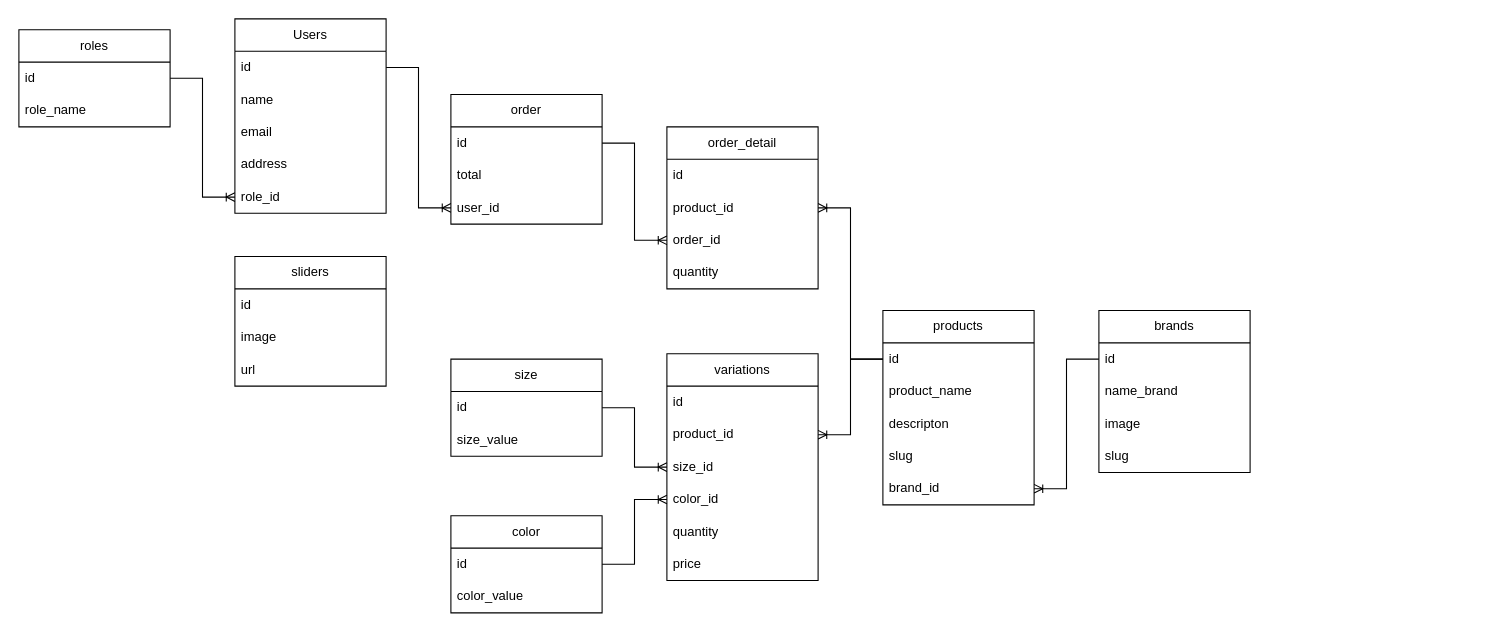
Duong8888/sneaker-shop keeps this draw.io diagram as db.drawio. Above is the earlier version. Source tidied: cells renumbered, new cells numbered last; positions are measured from the earlier drawing's top-left corner, leaving out a move shared by most shapes. Both pictures are drawn from the tidied source at 108%, with x=0, y=0 at pixel (18, 18).
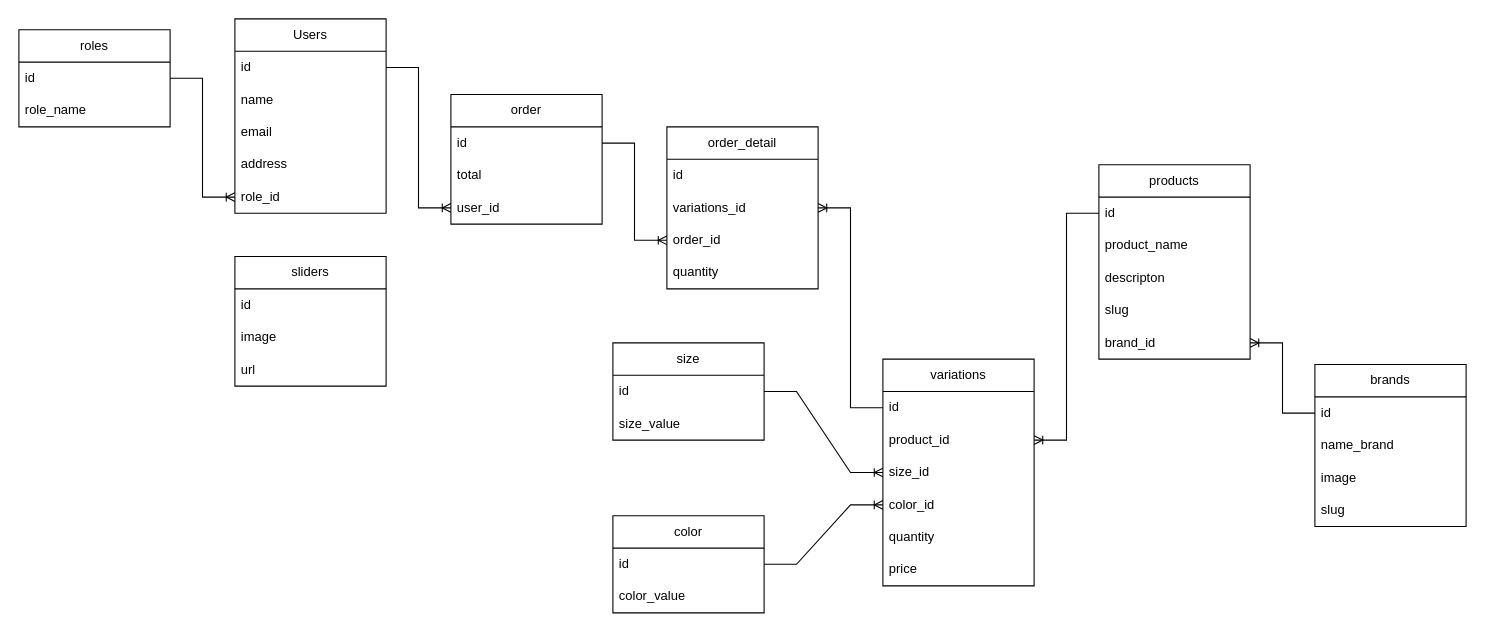
Above is the later version.

Unchanged cells that the change refers to:
```xml
<mxCell id="9" value="id" style="text;strokeColor=none;fillColor=none;align=left;verticalAlign=middle;spacingLeft=4;spacingRight=4;overflow=hidden;points=[[0,0.5],[1,0.5]];portConstraint=eastwest;whiteSpace=wrap;html=1;shadow=0;sketch=0;" parent="8" vertex="1">
  <mxGeometry y="30" width="140" height="30" as="geometry" />
</mxCell>
<mxCell id="18" value="order_detail" style="swimlane;fontStyle=0;horizontal=1;startSize=30;whiteSpace=wrap;html=1;shadow=0;sketch=0;" parent="1" vertex="1">
  <mxGeometry x="600" y="100" width="140" height="150" as="geometry" />
</mxCell>
<mxCell id="35" value="id" style="text;strokeColor=none;fillColor=none;align=left;verticalAlign=middle;spacingLeft=4;spacingRight=4;overflow=hidden;points=[[0,0.5],[1,0.5]];portConstraint=eastwest;whiteSpace=wrap;html=1;shadow=0;sketch=0;" parent="34" vertex="1">
  <mxGeometry y="30" width="140" height="30" as="geometry" />
</mxCell>
```

Diff of the diagram source:
```diff
@@
     <mxCell id="8" value="products" style="swimlane;fontStyle=0;horizontal=1;startSize=30;whiteSpace=wrap;html=1;shadow=0;sketch=0;" parent="1" vertex="1">
-      <mxGeometry x="800" y="270" width="140" height="180" as="geometry" />
+      <mxGeometry x="1000" y="135" width="140" height="180" as="geometry" />
     </mxCell>
@@
-    <mxCell id="20" value="product_id" style="text;strokeColor=none;fillColor=none;align=left;verticalAlign=middle;spacingLeft=4;spacingRight=4;overflow=hidden;points=[[0,0.5],[1,0.5]];portConstraint=eastwest;whiteSpace=wrap;html=1;shadow=0;sketch=0;" parent="18" vertex="1">
+    <mxCell id="20" value="variations_id" style="text;strokeColor=none;fillColor=none;align=left;verticalAlign=middle;spacingLeft=4;spacingRight=4;overflow=hidden;points=[[0,0.5],[1,0.5]];portConstraint=eastwest;whiteSpace=wrap;html=1;shadow=0;sketch=0;" parent="18" vertex="1">
       <mxGeometry y="60" width="140" height="30" as="geometry" />
     </mxCell>
@@
     <mxCell id="23" value="brands" style="swimlane;fontStyle=0;horizontal=1;startSize=30;whiteSpace=wrap;html=1;shadow=0;sketch=0;" parent="1" vertex="1">
-      <mxGeometry x="1000" y="270" width="140" height="150" as="geometry" />
+      <mxGeometry x="1200" y="320" width="140" height="150" as="geometry" />
     </mxCell>
@@
     <mxCell id="28" value="color" style="swimlane;fontStyle=0;horizontal=1;startSize=30;whiteSpace=wrap;html=1;shadow=0;sketch=0;" parent="1" vertex="1">
-      <mxGeometry x="400" y="460" width="140" height="90" as="geometry" />
+      <mxGeometry x="550" y="460" width="140" height="90" as="geometry" />
     </mxCell>
@@
     <mxCell id="31" value="size" style="swimlane;fontStyle=0;horizontal=1;startSize=30;whiteSpace=wrap;html=1;shadow=0;sketch=0;" parent="1" vertex="1">
-      <mxGeometry x="400" y="315" width="140" height="90" as="geometry" />
+      <mxGeometry x="550" y="300" width="140" height="90" as="geometry" />
     </mxCell>
@@
     <mxCell id="34" value="variations" style="swimlane;fontStyle=0;horizontal=1;startSize=30;whiteSpace=wrap;html=1;shadow=0;sketch=0;" parent="1" vertex="1">
-      <mxGeometry x="600" y="310" width="140" height="210" as="geometry" />
+      <mxGeometry x="800" y="315" width="140" height="210" as="geometry" />
     </mxCell>
@@
-    <mxCell id="55" style="edgeStyle=entityRelationEdgeStyle;fontSize=12;html=1;endArrow=ERoneToMany;rounded=0;exitX=0;exitY=0.5;exitDx=0;exitDy=0;entryX=1;entryY=0.5;entryDx=0;entryDy=0;" parent="1" edge="1" source="9" target="20">
+    <mxCell id="55" style="edgeStyle=entityRelationEdgeStyle;fontSize=12;html=1;endArrow=ERoneToMany;rounded=0;exitX=0;exitY=0.5;exitDx=0;exitDy=0;entryX=1;entryY=0.5;entryDx=0;entryDy=0;" parent="1" edge="1" source="35" target="20">
       <mxGeometry relative="1" as="geometry" />
     </mxCell>
```
